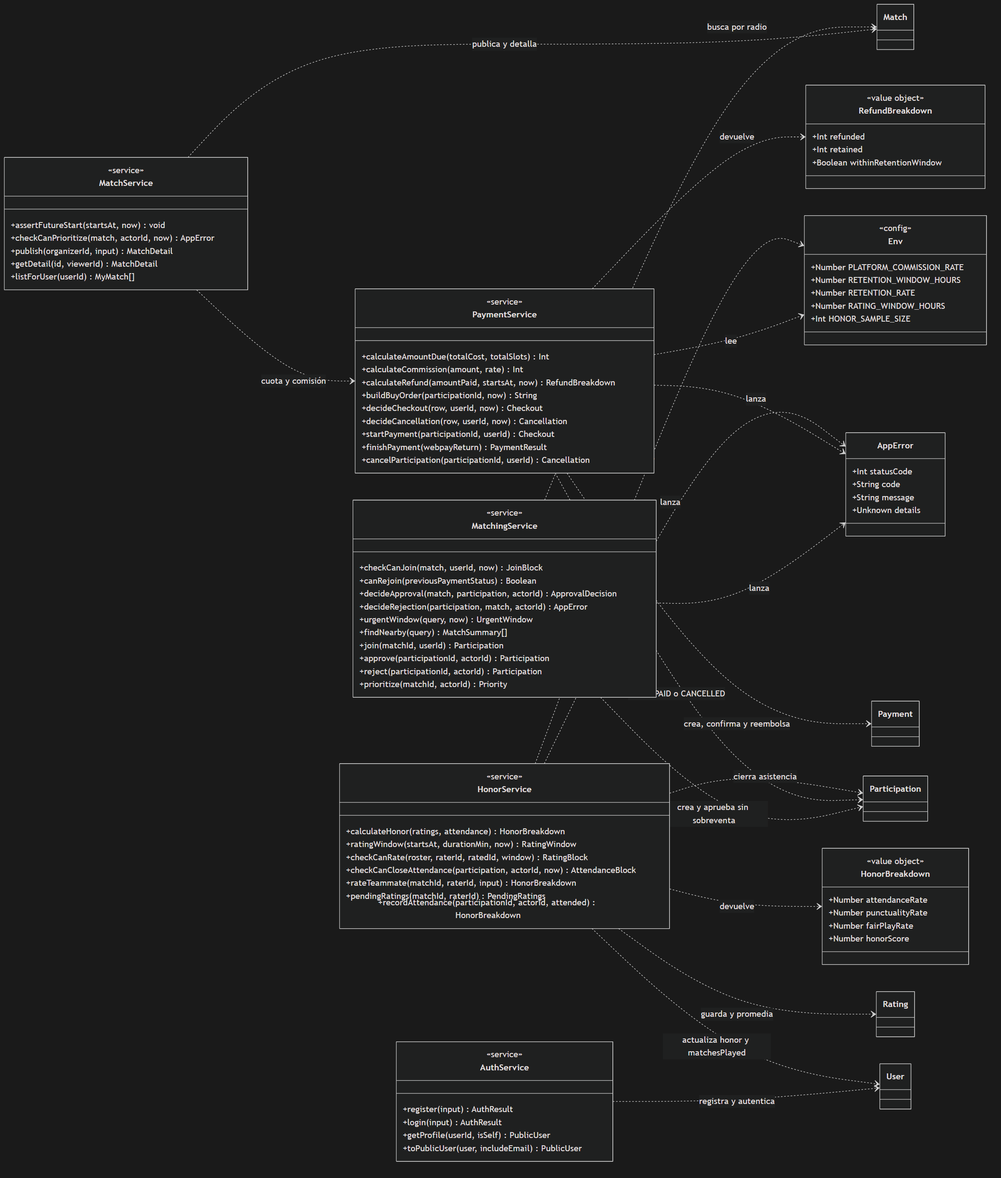
This is fase-2-desarrollo/docs/diagramas/clases-servicios.png from avenaaaa/KANCHA, a Mermaid export, as it was before one commit. Its source is kept beside it as fase-2-desarrollo/docs/diagramas/clases-servicios.mmd.
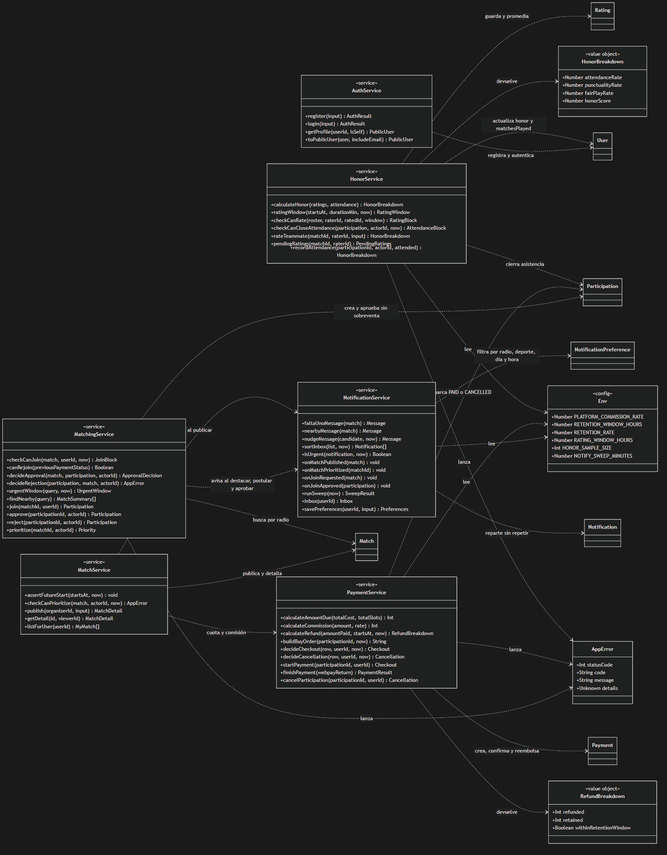
Above is the later version.

Change to the diagram source:
```diff
@@ -48,6 +48,22 @@
         +listForUser(userId) MyMatch[]
     }
 
+    class NotificationService {
+        <<service>>
+        +faltaUnoMessage(match) Message
+        +nearbyMessage(match) Message
+        +nudgeMessage(candidate, now) Message
+        +sortInbox(list, now) Notification[]
+        +isUrgent(notification, now) Boolean
+        +onMatchPublished(match) void
+        +onMatchPrioritized(matchId) void
+        +onJoinRequested(match) void
+        +onJoinApproved(participation) void
+        +runSweep(now) SweepResult
+        +inbox(userId) Inbox
+        +savePreferences(userId, input) Preferences
+    }
+
     class AuthService {
         <<service>>
         +register(input) AuthResult
@@ -85,6 +101,7 @@
         +Number RETENTION_RATE
         +Number RATING_WINDOW_HOURS
         +Int HONOR_SAMPLE_SIZE
+        +Number NOTIFY_SWEEP_MINUTES
     }
 
     class User
@@ -92,6 +109,8 @@
     class Participation
     class Rating
     class Payment
+    class Notification
+    class NotificationPreference
 
     HonorService ..> HonorBreakdown : devuelve
     PaymentService ..> RefundBreakdown : devuelve
@@ -111,3 +130,8 @@
     MatchService ..> Match : publica y detalla
     AuthService ..> User : registra y autentica
     MatchService ..> PaymentService : cuota y comisión
+    MatchService ..> NotificationService : avisa al publicar
+    MatchingService ..> NotificationService : avisa al destacar, postular y aprobar
+    NotificationService ..> Notification : reparte sin repetir
+    NotificationService ..> NotificationPreference : filtra por radio, deporte, día y hora
+    NotificationService ..> Env : lee
```
